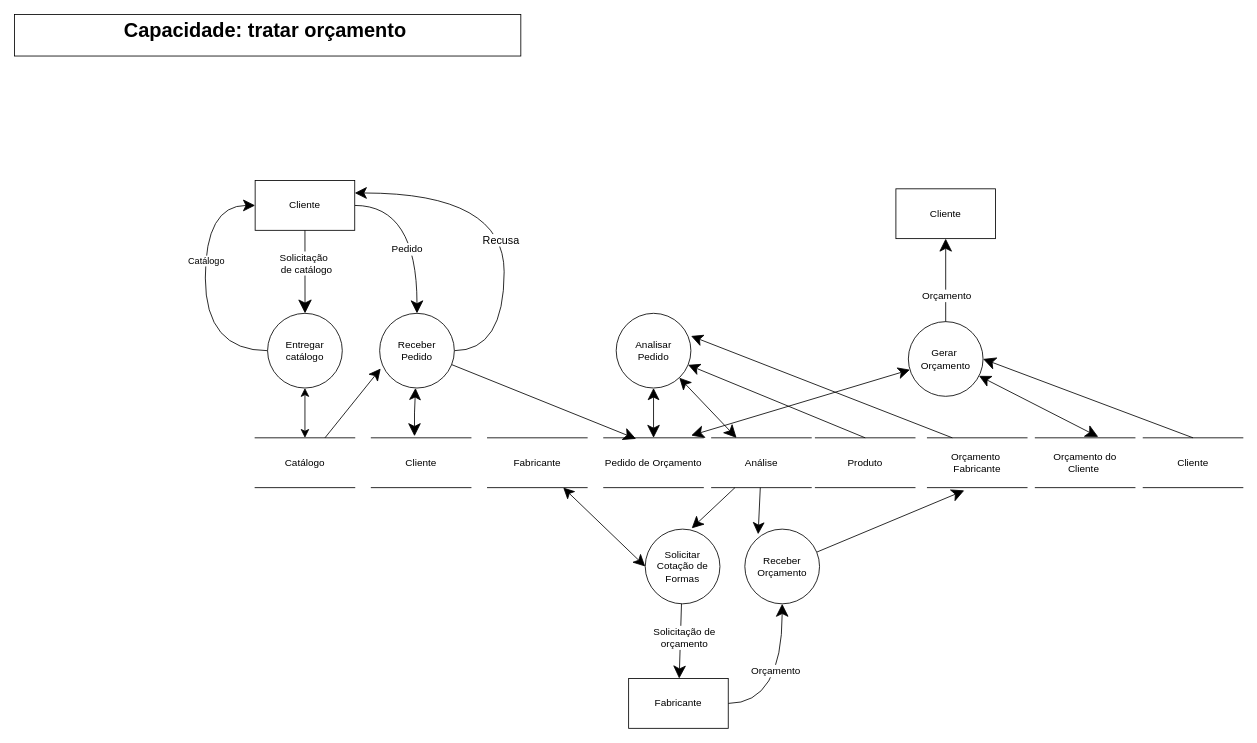
Above: Documentation/DFD Essencial para cada Capacidade/DFD Tratar Orcamento.drawio in Systematicos/FindingApp (draw.io), before the change. Source tidied: cells renumbered, new cells numbered last; positions are measured from the earlier drawing's top-left corner, leaving out a move shared by most shapes. Both pictures are drawn from the tidied source at 83%, with x=0, y=0 at pixel (14, 14).
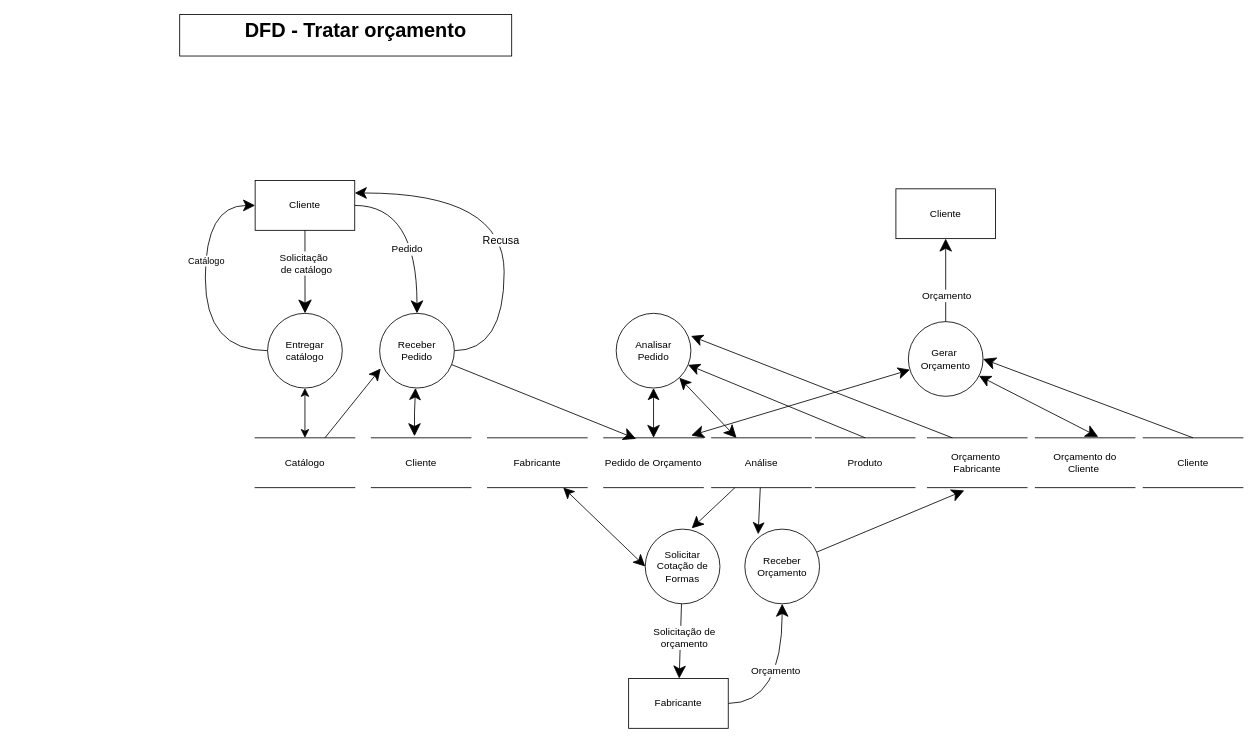
The same page after the edit.

Change to the diagram source:
```diff
@@
     <mxCell id="19" style="rounded=0;whiteSpace=wrap;html=1;" parent="1" vertex="1">
-      <mxGeometry width="610" height="50" as="geometry" />
+      <mxGeometry x="199" width="400" height="50" as="geometry" />
     </mxCell>
-    <mxCell id="20" value="Capacidade:&amp;nbsp;tratar orçamento&amp;nbsp;" style="text;strokeColor=none;fillColor=none;html=1;fontSize=24;fontStyle=1;verticalAlign=middle;align=center;" parent="1" vertex="1">
-      <mxGeometry width="610" height="40" as="geometry" />
+    <mxCell id="20" value="DFD - Tratar orçamento&amp;nbsp;" style="text;strokeColor=none;fillColor=none;html=1;fontSize=24;fontStyle=1;verticalAlign=middle;align=center;" parent="1" vertex="1">
+      <mxGeometry x="199" width="430" height="40" as="geometry" />
     </mxCell>
```
